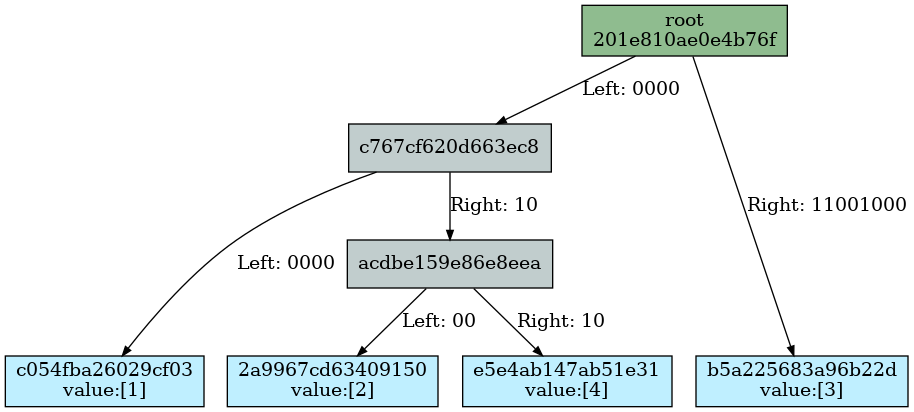
Earlier version of the Graphviz export docs/merkle_tree/mutation/4_leaves.dot.png (juicebox-systems/juicebox-hsm-realm). Its source is kept beside it as docs/merkle_tree/mutation/4_leaves.dot. Source of this version:
```dot
Digraph merkletree {

h201e810ae0e4b76f -> hc767cf620d663ec8 [arrowsize=0.7 label="Left: 0000\l" nojustify=true ];
hc767cf620d663ec8 -> hc054fba26029cf03 [arrowsize=0.7 label="Left: 0000" nojustify=true ];
hc767cf620d663ec8 -> hacdbe159e86e8eea [arrowsize=0.7 label="Right: 10\l" nojustify=true ];
hacdbe159e86e8eea -> h2a9967cd63409150 [arrowsize=0.7 label="Left: 00" nojustify=true ];
hacdbe159e86e8eea -> he5e4ab147ab51e31 [arrowsize=0.7 label="Right: 10" nojustify=true ];
h201e810ae0e4b76f -> hb5a225683a96b22d [arrowsize=0.7 label="Right: 11001000" nojustify=true ];

Subgraph depth_0 {
rank=same

h201e810ae0e4b76f [fillcolor=darkseagreen label="root\n201e810ae0e4b76f" ordering=out shape=box style=filled ];
}


Subgraph depth_4 {
rank=same

hc767cf620d663ec8 [fillcolor=azure3 label="c767cf620d663ec8" ordering=out shape=box style=filled ];
}


Subgraph depth_256 {
rank=same

hc054fba26029cf03 [fillcolor=lightblue1 label="c054fba26029cf03\nvalue:[1]" ordering=out shape=box style=filled ];
h2a9967cd63409150 [fillcolor=lightblue1 label="2a9967cd63409150\nvalue:[2]" ordering=out shape=box style=filled ];
he5e4ab147ab51e31 [fillcolor=lightblue1 label="e5e4ab147ab51e31\nvalue:[4]" ordering=out shape=box style=filled ];
hb5a225683a96b22d [fillcolor=lightblue1 label="b5a225683a96b22d\nvalue:[3]" ordering=out shape=box style=filled ];
}


Subgraph depth_6 {
rank=same

hacdbe159e86e8eea [fillcolor=azure3 label="acdbe159e86e8eea" ordering=out shape=box style=filled ];
}

}
```
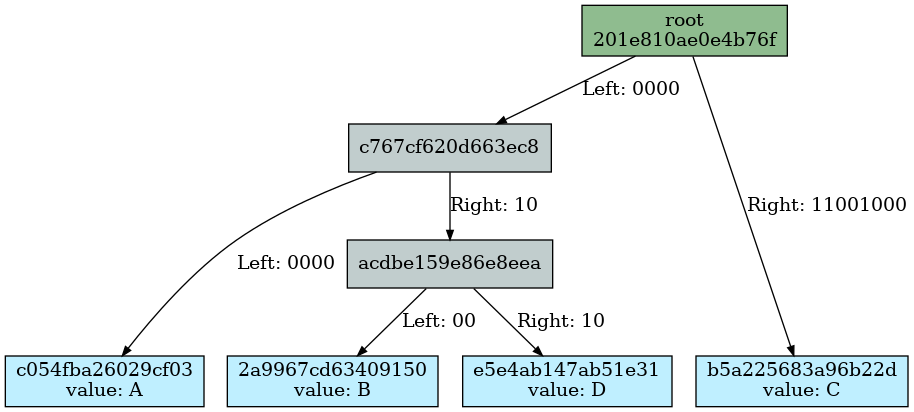
After the commit.

Diff of the diagram source:
```diff
@@ -24,10 +24,10 @@
 Subgraph depth_256 {
 rank=same
 
-hc054fba26029cf03 [fillcolor=lightblue1 label="c054fba26029cf03\nvalue:[1]" ordering=out shape=box style=filled ];
-h2a9967cd63409150 [fillcolor=lightblue1 label="2a9967cd63409150\nvalue:[2]" ordering=out shape=box style=filled ];
-he5e4ab147ab51e31 [fillcolor=lightblue1 label="e5e4ab147ab51e31\nvalue:[4]" ordering=out shape=box style=filled ];
-hb5a225683a96b22d [fillcolor=lightblue1 label="b5a225683a96b22d\nvalue:[3]" ordering=out shape=box style=filled ];
+hc054fba26029cf03 [fillcolor=lightblue1 label="c054fba26029cf03\nvalue: A" ordering=out shape=box style=filled ];
+h2a9967cd63409150 [fillcolor=lightblue1 label="2a9967cd63409150\nvalue: B" ordering=out shape=box style=filled ];
+he5e4ab147ab51e31 [fillcolor=lightblue1 label="e5e4ab147ab51e31\nvalue: D" ordering=out shape=box style=filled ];
+hb5a225683a96b22d [fillcolor=lightblue1 label="b5a225683a96b22d\nvalue: C" ordering=out shape=box style=filled ];
 }
 
 
```
